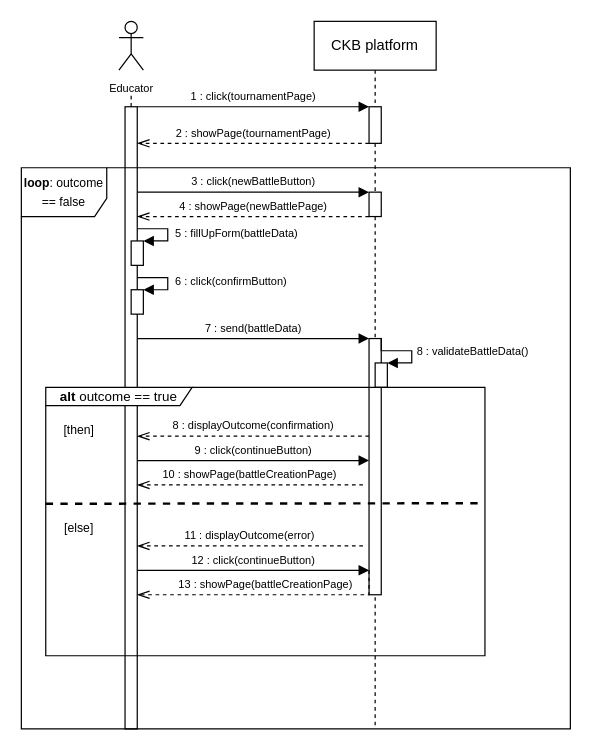
The draw.io diagram RASDwip/ExtraFiles/Drawio/Sequence/Sequence6.drawio in francescospangaro/SpangaroTosettiRiccardi, before the edit. Source tidied: cells renumbered, new cells numbered last; positions are measured from the earlier drawing's top-left corner, leaving out a move shared by most shapes. Both pictures are drawn from the tidied source at 122%, with x=0, y=0 at pixel (21, 21).
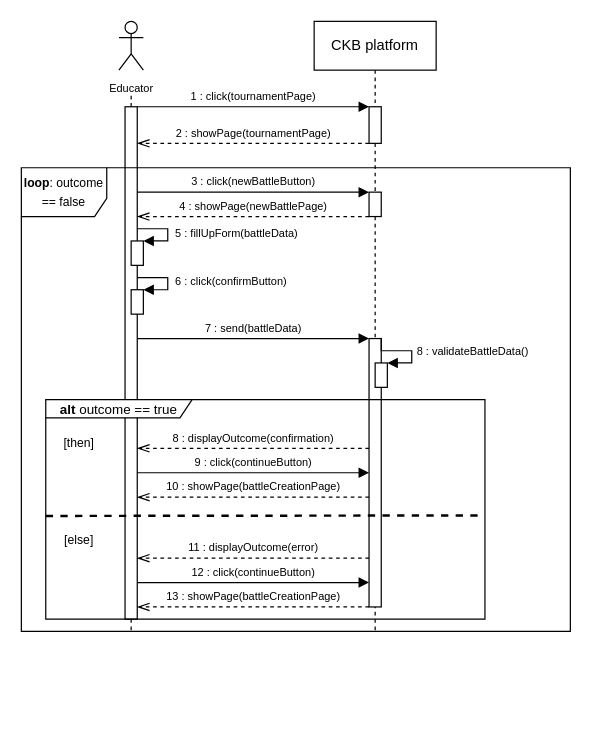
After the change.

What changed in the source:
```diff
@@
     <mxCell id="2" value="CKB platform" style="shape=umlLifeline;perimeter=lifelinePerimeter;whiteSpace=wrap;html=1;newEdgeStyle={&quot;edgeStyle&quot;:&quot;elbowEdgeStyle&quot;,&quot;elbow&quot;:&quot;vertical&quot;,&quot;curved&quot;:0,&quot;rounded&quot;:0};" parent="1" vertex="1">
-      <mxGeometry x="240" width="100" height="580" as="geometry" />
+      <mxGeometry x="240" width="100" height="500" as="geometry" />
     </mxCell>
@@
     <mxCell id="4" style="html=1;points=[];perimeter=orthogonalPerimeter;outlineConnect=0;targetShapes=umlLifeline;portConstraint=eastwest;newEdgeStyle={&quot;edgeStyle&quot;:&quot;elbowEdgeStyle&quot;,&quot;elbow&quot;:&quot;vertical&quot;,&quot;curved&quot;:0,&quot;rounded&quot;:0};" parent="2" vertex="1">
-      <mxGeometry x="45" y="260" width="10" height="210" as="geometry" />
+      <mxGeometry x="45" y="260" width="10" height="220" as="geometry" />
     </mxCell>
@@
-    <mxCell id="9" style="endArrow=none;dashed=1;html=1;rounded=0;exitX=0.2;exitY=0.994;exitDx=0;exitDy=0;exitPerimeter=0;" parent="1" edge="1" source="20">
+    <mxCell id="9" style="endArrow=none;dashed=1;html=1;rounded=0;" parent="1" edge="1">
       <mxGeometry relative="1" as="geometry">
+        <mxPoint x="90" y="490" as="sourcePoint" />
         <mxPoint x="90" y="500" as="targetPoint" />
       </mxGeometry>
     </mxCell>
     <mxCell id="10" style="html=1;points=[];perimeter=orthogonalPerimeter;outlineConnect=0;targetShapes=umlLifeline;portConstraint=eastwest;newEdgeStyle={&quot;edgeStyle&quot;:&quot;elbowEdgeStyle&quot;,&quot;elbow&quot;:&quot;vertical&quot;,&quot;curved&quot;:0,&quot;rounded&quot;:0};" parent="1" vertex="1">
-      <mxGeometry x="85" y="70" width="10" height="510" as="geometry" />
+      <mxGeometry x="85" y="70" width="10" height="420" as="geometry" />
     </mxCell>
@@
     <mxCell id="14" value="&lt;font style=&quot;font-size: 9px;&quot;&gt;8 : displayOutcome(confirmation)&lt;/font&gt;" style="html=1;verticalAlign=bottom;endArrow=openThin;dashed=1;endSize=8;edgeStyle=elbowEdgeStyle;elbow=vertical;curved=0;rounded=0;endFill=0;" parent="1" edge="1">
       <mxGeometry relative="1" as="geometry">
-        <mxPoint x="285" y="340" as="sourcePoint" />
-        <mxPoint x="95" y="340" as="targetPoint" />
+        <mxPoint x="285" y="350" as="sourcePoint" />
+        <mxPoint x="95" y="350" as="targetPoint" />
         <Array as="points">
-          <mxPoint x="190" y="340" />
+          <mxPoint x="190" y="350" />
         </Array>
       </mxGeometry>
     </mxCell>
     <mxCell id="15" value="&lt;b&gt;alt &lt;/b&gt;outcome == true" style="shape=umlFrame;whiteSpace=wrap;html=1;width=120;height=15;fontSize=11;" parent="1" vertex="1">
-      <mxGeometry x="20" y="300" width="360" height="220" as="geometry" />
+      <mxGeometry x="20" y="310" width="360" height="180" as="geometry" />
     </mxCell>
     <mxCell id="16" value="[then]" style="text;html=1;strokeColor=none;fillColor=none;align=center;verticalAlign=middle;whiteSpace=wrap;rounded=0;fontSize=10;" parent="1" vertex="1">
-      <mxGeometry x="30" y="330" width="35" height="10" as="geometry" />
+      <mxGeometry x="30" y="340" width="35" height="10" as="geometry" />
     </mxCell>
     <mxCell id="17" style="endArrow=none;dashed=1;html=1;rounded=0;exitX=0.001;exitY=0.409;exitDx=0;exitDy=0;exitPerimeter=0;strokeWidth=2;" parent="1" edge="1">
       <mxGeometry relative="1" as="geometry">
-        <mxPoint x="20" y="395.4" as="sourcePoint" />
-        <mxPoint x="380" y="395" as="targetPoint" />
+        <mxPoint x="20" y="405.4" as="sourcePoint" />
+        <mxPoint x="380" y="405" as="targetPoint" />
       </mxGeometry>
     </mxCell>
     <mxCell id="18" value="[else]" style="text;html=1;strokeColor=none;fillColor=none;align=center;verticalAlign=middle;whiteSpace=wrap;rounded=0;fontSize=10;" parent="1" vertex="1">
-      <mxGeometry x="30" y="410" width="35" height="10" as="geometry" />
+      <mxGeometry x="30" y="420" width="35" height="10" as="geometry" />
     </mxCell>
-    <mxCell id="19" value="&lt;font style=&quot;font-size: 9px;&quot;&gt;11 : displayOutcome(error)&lt;/font&gt;" style="html=1;verticalAlign=bottom;endArrow=openThin;dashed=1;endSize=8;edgeStyle=elbowEdgeStyle;elbow=vertical;curved=0;rounded=0;endFill=0;" parent="1" edge="1">
+    <mxCell id="19" value="&lt;font style=&quot;font-size: 9px;&quot;&gt;11 : displayOutcome(error)&lt;/font&gt;" style="html=1;verticalAlign=bottom;endArrow=openThin;dashed=1;endSize=8;edgeStyle=elbowEdgeStyle;elbow=vertical;curved=0;rounded=0;endFill=0;" parent="1" edge="1" source="4">
       <mxGeometry relative="1" as="geometry">
-        <mxPoint x="280" y="430" as="sourcePoint" />
-        <mxPoint x="95" y="430" as="targetPoint" />
+        <mxPoint x="95" y="440" as="targetPoint" />
         <Array as="points">
-          <mxPoint x="190" y="430" />
+          <mxPoint x="190" y="440" />
         </Array>
       </mxGeometry>
     </mxCell>
     <mxCell id="20" value="&lt;p style=&quot;line-height: 120%;&quot;&gt;&lt;font style=&quot;font-size: 10px;&quot;&gt;&lt;b&gt;loop&lt;/b&gt;: outcome == false&lt;/font&gt;&lt;/p&gt;" style="shape=umlFrame;whiteSpace=wrap;html=1;width=70;height=40;verticalAlign=middle;horizontal=1;labelPosition=center;verticalLabelPosition=middle;align=center;" parent="1" vertex="1">
-      <mxGeometry y="120" width="450" height="460" as="geometry" />
+      <mxGeometry y="120" width="450" height="380" as="geometry" />
     </mxCell>
@@
     <mxCell id="22" value="&lt;font style=&quot;font-size: 9px;&quot;&gt;9 : click(continueButton)&lt;/font&gt;" style="html=1;verticalAlign=bottom;endArrow=block;edgeStyle=elbowEdgeStyle;elbow=vertical;curved=0;rounded=0;" parent="1" edge="1">
       <mxGeometry relative="1" as="geometry">
-        <mxPoint x="95" y="360" as="sourcePoint" />
-        <mxPoint x="285" y="360" as="targetPoint" />
+        <mxPoint x="95" y="370" as="sourcePoint" />
+        <mxPoint x="285" y="370" as="targetPoint" />
         <Array as="points">
-          <mxPoint x="210" y="360" />
+          <mxPoint x="210" y="370" />
         </Array>
       </mxGeometry>
     </mxCell>
-    <mxCell id="23" value="&lt;font style=&quot;font-size: 9px;&quot;&gt;10 : showPage(battleCreationPage)&lt;/font&gt;" style="html=1;verticalAlign=bottom;endArrow=openThin;dashed=1;endSize=8;edgeStyle=elbowEdgeStyle;elbow=vertical;curved=0;rounded=0;endFill=0;" parent="1" edge="1">
+    <mxCell id="23" value="&lt;font style=&quot;font-size: 9px;&quot;&gt;10 : showPage(battleCreationPage)&lt;/font&gt;" style="html=1;verticalAlign=bottom;endArrow=openThin;dashed=1;endSize=8;edgeStyle=elbowEdgeStyle;elbow=vertical;curved=0;rounded=0;endFill=0;" parent="1" edge="1" source="4">
       <mxGeometry relative="1" as="geometry">
-        <mxPoint x="280" y="380" as="sourcePoint" />
-        <mxPoint x="95" y="380" as="targetPoint" />
+        <mxPoint x="95" y="390" as="targetPoint" />
         <Array as="points">
-          <mxPoint x="190" y="380" />
+          <mxPoint x="190" y="390" />
         </Array>
       </mxGeometry>
     </mxCell>
     <mxCell id="24" value="&lt;font style=&quot;font-size: 9px;&quot;&gt;12 : click(continueButton)&lt;/font&gt;" style="html=1;verticalAlign=bottom;endArrow=block;edgeStyle=elbowEdgeStyle;elbow=vertical;curved=0;rounded=0;" parent="1" edge="1">
       <mxGeometry relative="1" as="geometry">
-        <mxPoint x="95" y="450" as="sourcePoint" />
-        <mxPoint x="285" y="450" as="targetPoint" />
+        <mxPoint x="95" y="460" as="sourcePoint" />
+        <mxPoint x="285" y="460" as="targetPoint" />
         <Array as="points">
-          <mxPoint x="210" y="450" />
+          <mxPoint x="210" y="460" />
         </Array>
       </mxGeometry>
     </mxCell>
-    <mxCell id="25" value="&lt;font style=&quot;font-size: 9px;&quot;&gt;13 : showPage(&lt;/font&gt;&lt;font style=&quot;font-size: 9px;&quot;&gt;battleCreationPage&lt;/font&gt;&lt;font style=&quot;font-size: 9px;&quot;&gt;)&lt;/font&gt;" style="html=1;verticalAlign=bottom;endArrow=openThin;dashed=1;endSize=8;edgeStyle=elbowEdgeStyle;elbow=vertical;curved=0;rounded=0;endFill=0;" parent="1" edge="1">
+    <mxCell id="25" value="&lt;font style=&quot;font-size: 9px;&quot;&gt;13 : showPage(&lt;/font&gt;&lt;font style=&quot;font-size: 9px;&quot;&gt;battleCreationPage&lt;/font&gt;&lt;font style=&quot;font-size: 9px;&quot;&gt;)&lt;/font&gt;" style="html=1;verticalAlign=bottom;endArrow=openThin;dashed=1;endSize=8;edgeStyle=elbowEdgeStyle;elbow=vertical;curved=0;rounded=0;endFill=0;" parent="1" edge="1" source="4">
       <mxGeometry relative="1" as="geometry">
-        <mxPoint x="285" y="450" as="sourcePoint" />
-        <mxPoint x="95" y="470" as="targetPoint" />
+        <mxPoint x="95" y="480" as="targetPoint" />
         <Array as="points">
-          <mxPoint x="190" y="470" />
+          <mxPoint x="190" y="480" />
         </Array>
       </mxGeometry>
     </mxCell>
```
